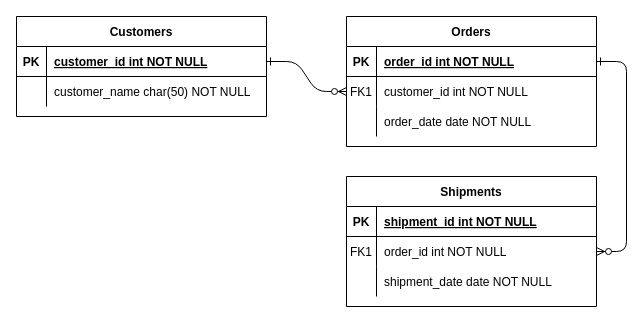
The draw.io diagram Untitled Diagram.drawio in rdazmn/FYP, before the edit. Source tidied: cells renumbered, new cells numbered last; positions are measured from the earlier drawing's top-left corner, leaving out a move shared by most shapes. Both pictures are drawn from the tidied source at 100%, with x=0, y=0 at pixel (16, 16).
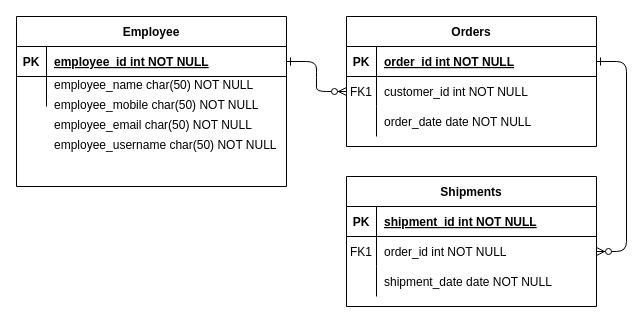
The same diagram, later.

Diff of the diagram source:
```diff
@@
-    <mxCell id="24" value="Customers" style="shape=table;startSize=30;childLayout=tableLayout;rowLines=0;fontStyle=1;align=center;" parent="1" vertex="1">
-      <mxGeometry width="250" height="100" as="geometry" />
+    <mxCell id="24" value="Employee" style="shape=table;startSize=30;childLayout=tableLayout;rowLines=0;fontStyle=1;align=center;" parent="1" vertex="1">
+      <mxGeometry width="270" height="170" as="geometry" />
     </mxCell>
     <mxCell id="25" style="shape=partialRectangle;fillColor=none;points=[[0,0.5],[1,0.5]];portConstraint=eastwest;top=0;left=0;right=0;bottom=1;" parent="24" vertex="1">
-      <mxGeometry y="30" width="250" height="30" as="geometry" />
+      <mxGeometry y="30" width="270" height="30" as="geometry" />
     </mxCell>
@@
-    <mxCell id="27" value="customer_id int NOT NULL " style="shape=partialRectangle;overflow=hidden;fillColor=none;top=0;left=0;bottom=0;right=0;align=left;spacingLeft=6;fontStyle=5;" parent="25" vertex="1">
-      <mxGeometry x="30" width="220" height="30" as="geometry" />
+    <mxCell id="27" value="employee_id int NOT NULL " style="shape=partialRectangle;overflow=hidden;fillColor=none;top=0;left=0;bottom=0;right=0;align=left;spacingLeft=6;fontStyle=5;" parent="25" vertex="1">
+      <mxGeometry x="30" width="240" height="30" as="geometry" />
     </mxCell>
     <mxCell id="28" style="shape=partialRectangle;fillColor=none;top=0;left=0;right=0;bottom=0;" parent="24" vertex="1">
-      <mxGeometry y="60" width="250" height="30" as="geometry" />
+      <mxGeometry y="60" width="270" height="30" as="geometry" />
     </mxCell>
@@
-    <mxCell id="30" value="customer_name char(50) NOT NULL" style="shape=partialRectangle;overflow=hidden;fillColor=none;top=0;left=0;bottom=0;right=0;align=left;spacingLeft=6;" parent="28" vertex="1">
-      <mxGeometry x="30" width="220" height="30" as="geometry" />
+    <mxCell id="30" value="employee_name char(50) NOT NULL&#10;" style="shape=partialRectangle;overflow=hidden;fillColor=none;top=0;left=0;bottom=0;right=0;align=left;spacingLeft=6;" parent="28" vertex="1">
+      <mxGeometry x="30" width="240" height="30" as="geometry" />
     </mxCell>
+    <mxCell id="31" value="employee_mobile char(50) NOT NULL&#10;" style="shape=partialRectangle;overflow=hidden;fillColor=none;top=0;left=0;bottom=0;right=0;align=left;spacingLeft=6;" parent="1" vertex="1">
+      <mxGeometry x="30" y="80" width="220" height="30" as="geometry" />
+    </mxCell>
+    <mxCell id="32" value="employee_email char(50) NOT NULL&#10;" style="shape=partialRectangle;overflow=hidden;fillColor=none;top=0;left=0;bottom=0;right=0;align=left;spacingLeft=6;" parent="1" vertex="1">
+      <mxGeometry x="30" y="100" width="220" height="30" as="geometry" />
+    </mxCell>
+    <mxCell id="33" value="employee_username char(50) NOT NULL&#10;" style="shape=partialRectangle;overflow=hidden;fillColor=none;top=0;left=0;bottom=0;right=0;align=left;spacingLeft=6;" parent="1" vertex="1">
+      <mxGeometry x="30" y="120" width="230" height="30" as="geometry" />
+    </mxCell>
```
